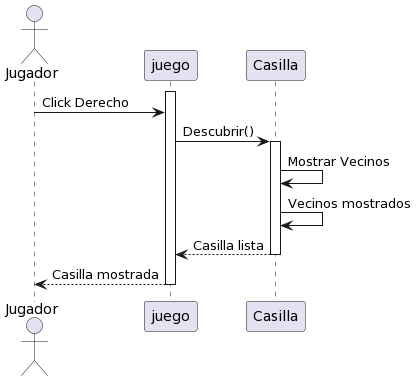
Before: Diagramas/DiagramaSecuencia2.png, a diagram exported from PlantUML (XIMaxi/Proyecto_Arqui). Its diagram source:
```plantuml
@startuml
actor Jugador as J
participant juego as Juego
participant Casilla as C

activate Juego


J -> Juego: Click Derecho
Juego -> C: Descubrir()
activate C
C->C: Mostrar Vecinos
C->C: Vecinos mostrados


C-->Juego: Casilla lista
deactivate C
Juego --> J: Casilla mostrada
deactivate Juego
@enduml
```
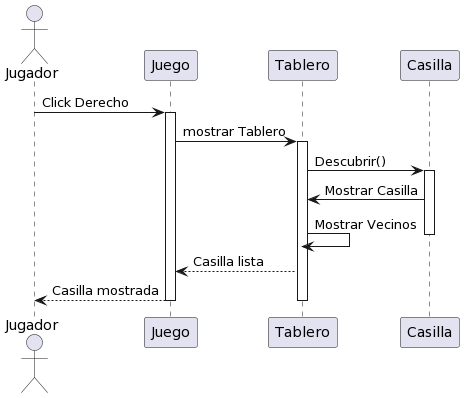
After the commit.

Commit message:
diagramas actualizados

Diff of the diagram source:
```diff
@@ -1,20 +1,22 @@
 @startuml
 actor Jugador as J
-participant juego as Juego
+participant Juego as Juego
+participant Tablero as T
 participant Casilla as C
 
+J-> Juego: Click Derecho
 activate Juego
+Juego -> T: mostrar Tablero
+activate T
+T->C: Descubrir()
+activate C
+C->T: Mostrar Casilla
+T->T: Mostrar Vecinos
+deactivate C
 
+T-->Juego: Casilla lista
+Juego--> J: Casilla mostrada
+deactivate T
 
-J -> Juego: Click Derecho
-Juego -> C: Descubrir()
-activate C
-C->C: Mostrar Vecinos
-C->C: Vecinos mostrados
-
-
-C-->Juego: Casilla lista
-deactivate C
-Juego --> J: Casilla mostrada
 deactivate Juego
 @enduml
```
